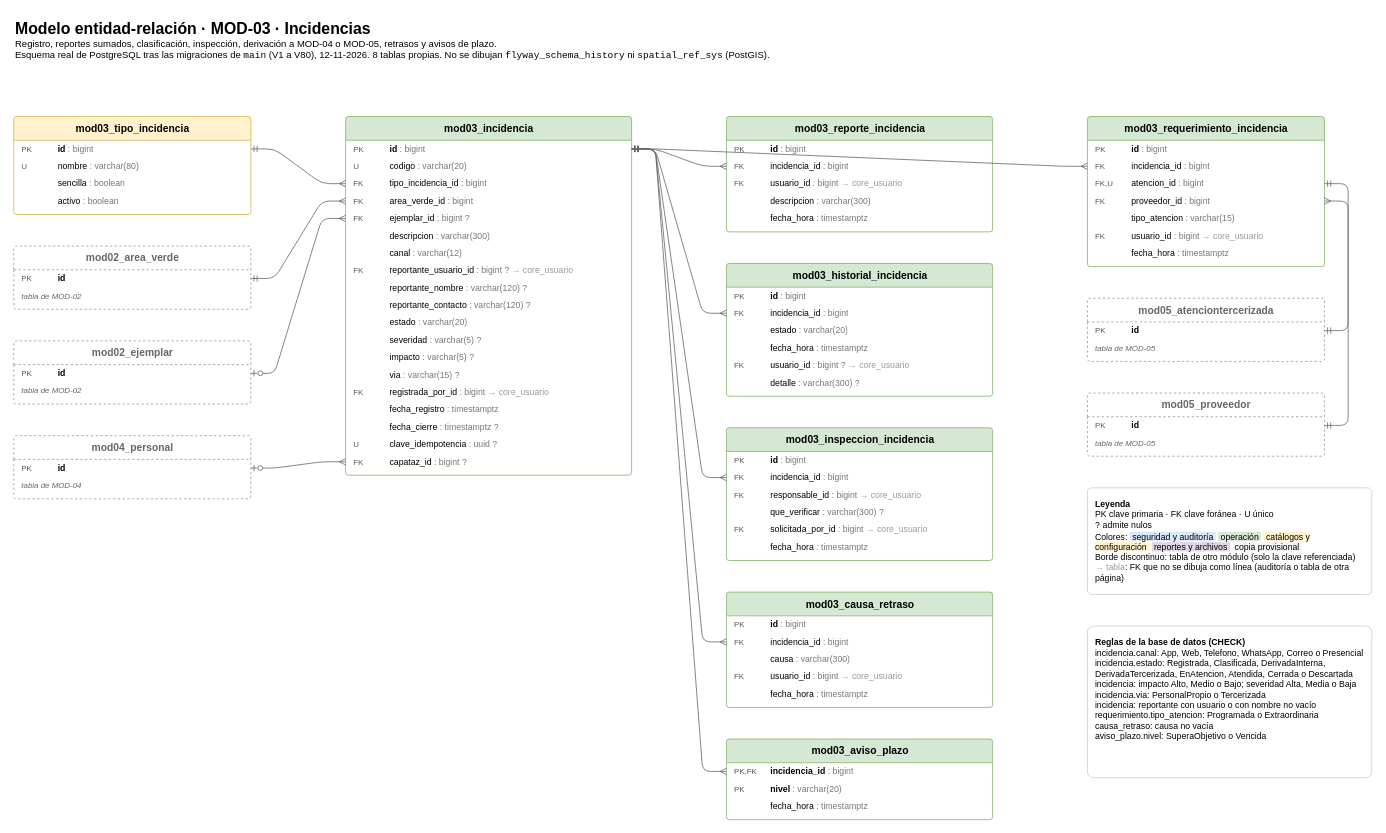
This is page "MOD-03 · Incidencias" (4 of 7) of docs/base-datos/modelo-er.drawio from unite-z/konoha-backend, a draw.io file, before an edit. Source tidied: cells renumbered, new cells numbered last; positions are measured from the earlier drawing's top-left corner, leaving out a move shared by most shapes. Both pictures are drawn from the tidied source at 79%, with x=0, y=0 at pixel (13, 13).
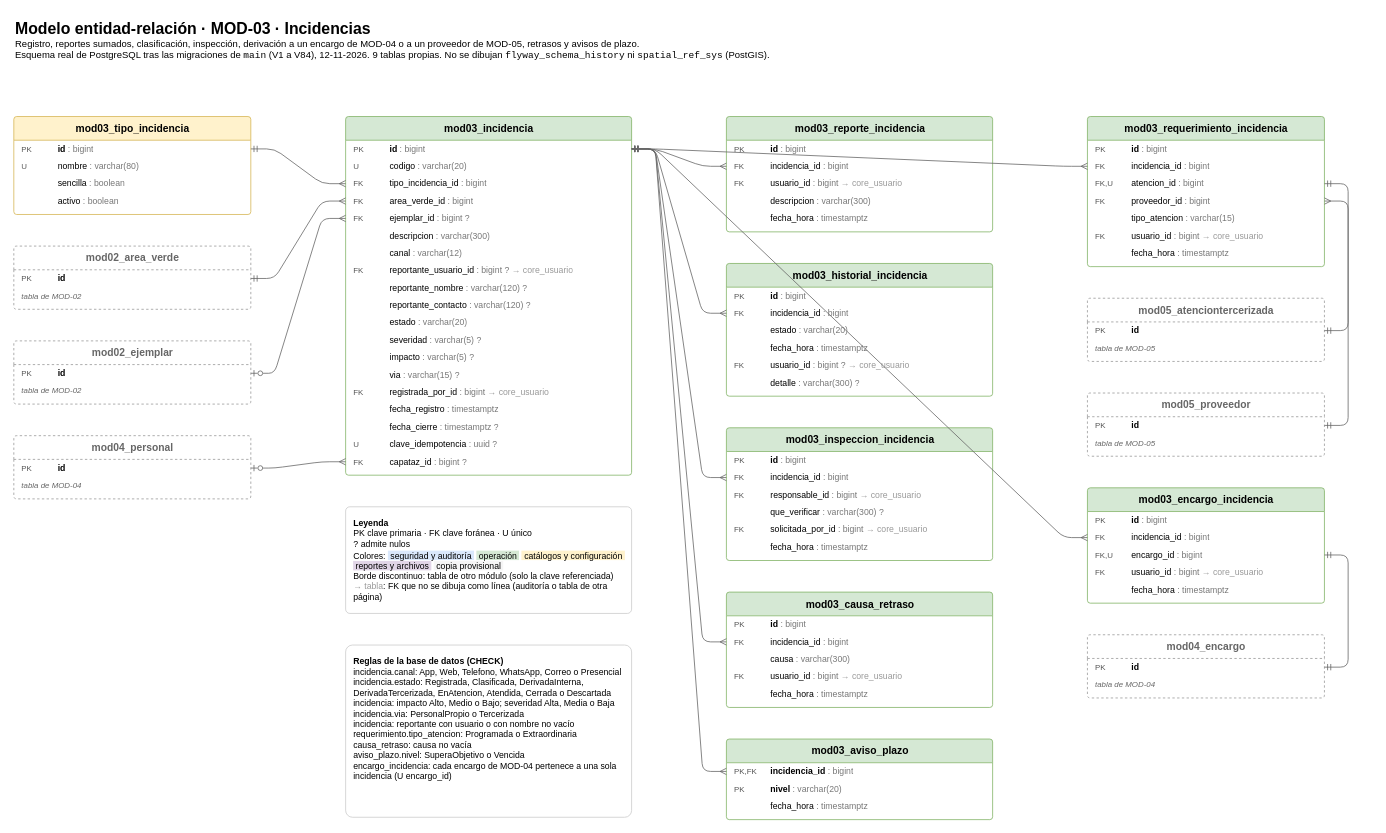
Above is the later version.

Commit message (it also covers changes not shown here):
docs(AV-385): el modelo ER incluye las migraciones V81 a V84 (#180)

The change refers to these unchanged cells:
```xml
<mxCell id="18" value="&lt;span style=&quot;display:inline-block;width:46px;color:#555;font-size:10px;&quot;&gt;PK&lt;/span&gt;&lt;span style=&quot;font-weight:bold;&quot;&gt;id&lt;/span&gt;&lt;span style=&quot;color:#777;&quot;&gt; : bigint&lt;/span&gt;" style="text;html=1;align=left;verticalAlign=middle;spacingLeft=8;spacingRight=4;overflow=hidden;points=[[0,0.5],[1,0.5]];portConstraint=eastwest;fontSize=11;fontFamily=Helvetica;" parent="17" vertex="1">
  <mxGeometry y="30" width="362" height="22" as="geometry" />
</mxCell>
```

What changed in the source:
```diff
@@
-    <mxCell id="2" value="&lt;b style=&quot;font-size:20px;&quot;&gt;Modelo entidad-relación · MOD-03 · Incidencias&lt;/b&gt;&lt;br&gt;Registro, reportes sumados, clasificación, inspección, derivación a MOD-04 o MOD-05, retrasos y avisos de plazo.&lt;br&gt;Esquema real de PostgreSQL tras las migraciones de &lt;code&gt;main&lt;/code&gt; (V1 a V80), 12-11-2026. 8 tablas propias. No se dibujan &lt;code&gt;flyway_schema_history&lt;/code&gt; ni &lt;code&gt;spatial_ref_sys&lt;/code&gt; (PostGIS)." style="text;html=1;align=left;verticalAlign=top;whiteSpace=wrap;fontFamily=Helvetica;fontSize=12;" parent="1" vertex="1">
+    <mxCell id="2" value="&lt;b style=&quot;font-size:20px;&quot;&gt;Modelo entidad-relación · MOD-03 · Incidencias&lt;/b&gt;&lt;br&gt;Registro, reportes sumados, clasificación, inspección, derivación a un encargo de MOD-04 o a un proveedor de MOD-05, retrasos y avisos de plazo.&lt;br&gt;Esquema real de PostgreSQL tras las migraciones de &lt;code&gt;main&lt;/code&gt; (V1 a V84), 12-11-2026. 9 tablas propias. No se dibujan &lt;code&gt;flyway_schema_history&lt;/code&gt; ni &lt;code&gt;spatial_ref_sys&lt;/code&gt; (PostGIS)." style="text;html=1;align=left;verticalAlign=top;whiteSpace=wrap;fontFamily=Helvetica;fontSize=12;" parent="1" vertex="1">
       <mxGeometry width="1140" height="90" as="geometry" />
     </mxCell>
@@
+    <mxCell id="95" value="mod03_encargo_incidencia" style="swimlane;fontStyle=1;horizontal=1;startSize=30;html=1;rounded=1;arcSize=4;fillColor=#d5e8d4;strokeColor=#82b366;fontFamily=Helvetica;fontSize=13;swimlaneFillColor=#ffffff;" parent="1" vertex="1">
+      <mxGeometry x="1359" y="600" width="300" height="146" as="geometry" />
+    </mxCell>
+    <mxCell id="96" value="&lt;span style=&quot;display:inline-block;width:46px;color:#555;font-size:10px;&quot;&gt;PK&lt;/span&gt;&lt;span style=&quot;font-weight:bold;&quot;&gt;id&lt;/span&gt;&lt;span style=&quot;color:#777;&quot;&gt; : bigint&lt;/span&gt;" style="text;html=1;align=left;verticalAlign=middle;spacingLeft=8;spacingRight=4;overflow=hidden;fontSize=11;fontFamily=Helvetica;" parent="95" vertex="1">
+      <mxGeometry y="30" width="300" height="22" as="geometry" />
+    </mxCell>
+    <mxCell id="97" value="&lt;span style=&quot;display:inline-block;width:46px;color:#555;font-size:10px;&quot;&gt;FK&lt;/span&gt;&lt;span style=&quot;&quot;&gt;incidencia_id&lt;/span&gt;&lt;span style=&quot;color:#777;&quot;&gt; : bigint&lt;/span&gt;" style="text;html=1;align=left;verticalAlign=middle;spacingLeft=8;spacingRight=4;overflow=hidden;points=[[0,0.5],[1,0.5]];portConstraint=eastwest;fontSize=11;fontFamily=Helvetica;" parent="95" vertex="1">
+      <mxGeometry y="52" width="300" height="22" as="geometry" />
+    </mxCell>
+    <mxCell id="98" value="&lt;span style=&quot;display:inline-block;width:46px;color:#555;font-size:10px;&quot;&gt;FK,U&lt;/span&gt;&lt;span style=&quot;&quot;&gt;encargo_id&lt;/span&gt;&lt;span style=&quot;color:#777;&quot;&gt; : bigint&lt;/span&gt;" style="text;html=1;align=left;verticalAlign=middle;spacingLeft=8;spacingRight=4;overflow=hidden;points=[[0,0.5],[1,0.5]];portConstraint=eastwest;fontSize=11;fontFamily=Helvetica;" parent="95" vertex="1">
+      <mxGeometry y="74" width="300" height="22" as="geometry" />
+    </mxCell>
+    <mxCell id="99" value="&lt;span style=&quot;display:inline-block;width:46px;color:#555;font-size:10px;&quot;&gt;FK&lt;/span&gt;&lt;span style=&quot;&quot;&gt;usuario_id&lt;/span&gt;&lt;span style=&quot;color:#777;&quot;&gt; : bigint&lt;/span&gt;&lt;span style=&quot;color:#999;&quot;&gt; → core_usuario&lt;/span&gt;" style="text;html=1;align=left;verticalAlign=middle;spacingLeft=8;spacingRight=4;overflow=hidden;fontSize=11;fontFamily=Helvetica;" parent="95" vertex="1">
+      <mxGeometry y="96" width="300" height="22" as="geometry" />
+    </mxCell>
+    <mxCell id="100" value="&lt;span style=&quot;display:inline-block;width:46px;color:#555;font-size:10px;&quot;&gt;&lt;/span&gt;&lt;span style=&quot;&quot;&gt;fecha_hora&lt;/span&gt;&lt;span style=&quot;color:#777;&quot;&gt; : timestamptz&lt;/span&gt;" style="text;html=1;align=left;verticalAlign=middle;spacingLeft=8;spacingRight=4;overflow=hidden;fontSize=11;fontFamily=Helvetica;" parent="95" vertex="1">
+      <mxGeometry y="118" width="300" height="22" as="geometry" />
+    </mxCell>
+    <mxCell id="101" value="mod04_encargo" style="swimlane;fontStyle=1;horizontal=1;startSize=30;html=1;rounded=1;arcSize=4;fillColor=#ffffff;strokeColor=#999999;dashed=1;fontColor=#666666;fontFamily=Helvetica;fontSize=13;swimlaneFillColor=#ffffff;" parent="1" vertex="1">
+      <mxGeometry x="1359" y="786" width="300" height="80" as="geometry" />
+    </mxCell>
+    <mxCell id="102" value="&lt;span style=&quot;display:inline-block;width:46px;color:#555;font-size:10px;&quot;&gt;PK&lt;/span&gt;&lt;span style=&quot;font-weight:bold;&quot;&gt;id&lt;/span&gt;" style="text;html=1;align=left;verticalAlign=middle;spacingLeft=8;spacingRight=4;overflow=hidden;points=[[0,0.5],[1,0.5]];portConstraint=eastwest;fontSize=11;fontFamily=Helvetica;" parent="101" vertex="1">
+      <mxGeometry y="30" width="300" height="22" as="geometry" />
+    </mxCell>
+    <mxCell id="103" value="tabla de MOD-04" style="text;html=1;align=left;verticalAlign=middle;spacingLeft=8;fontSize=10;fontStyle=2;fontColor=#666666;" parent="101" vertex="1">
+      <mxGeometry y="52" width="300" height="22" as="geometry" />
+    </mxCell>
     <mxCell id="81" value="&lt;b&gt;Leyenda&lt;/b&gt;&lt;br&gt;PK clave primaria · FK clave foránea · U único&lt;br&gt;&lt;code&gt;?&lt;/code&gt; admite nulos&lt;br&gt;Colores: &lt;span style=&quot;background:#dae8fc&quot;&gt;&amp;nbsp;seguridad y auditoría&amp;nbsp;&lt;/span&gt; &lt;span style=&quot;background:#d5e8d4&quot;&gt;&amp;nbsp;operación&amp;nbsp;&lt;/span&gt; &lt;span style=&quot;background:#fff2cc&quot;&gt;&amp;nbsp;catálogos y configuración&amp;nbsp;&lt;/span&gt; &lt;span style=&quot;background:#e1d5e7&quot;&gt;&amp;nbsp;reportes y archivos&amp;nbsp;&lt;/span&gt; &lt;span style=&quot;background:#f5f5f5&quot;&gt;&amp;nbsp;copia provisional&amp;nbsp;&lt;/span&gt;&lt;br&gt;Borde discontinuo: tabla de otro módulo (solo la clave referenciada)&lt;br&gt;&lt;span style=&quot;color:#999;&quot;&gt;→ tabla&lt;/span&gt;: FK que no se dibuja como línea (auditoría o tabla de otra página)" style="rounded=1;arcSize=4;html=1;align=left;verticalAlign=top;whiteSpace=wrap;spacing=10;fontSize=11;fillColor=#ffffff;strokeColor=#cccccc;" parent="1" vertex="1">
-      <mxGeometry x="1359" y="600" width="360" height="135" as="geometry" />
+      <mxGeometry x="420" y="624" width="362" height="135" as="geometry" />
     </mxCell>
-    <mxCell id="82" value="&lt;b&gt;Reglas de la base de datos (CHECK)&lt;/b&gt;&lt;br&gt;incidencia.canal: App, Web, Telefono, WhatsApp, Correo o Presencial&lt;br&gt;incidencia.estado: Registrada, Clasificada, DerivadaInterna, DerivadaTercerizada, EnAtencion, Atendida, Cerrada o Descartada&lt;br&gt;incidencia: impacto Alto, Medio o Bajo; severidad Alta, Media o Baja&lt;br&gt;incidencia.via: PersonalPropio o Tercerizada&lt;br&gt;incidencia: reportante con usuario o con nombre no vacío&lt;br&gt;requerimiento.tipo_atencion: Programada o Extraordinaria&lt;br&gt;causa_retraso: causa no vacía&lt;br&gt;aviso_plazo.nivel: SuperaObjetivo o Vencida" style="rounded=1;arcSize=4;html=1;align=left;verticalAlign=top;whiteSpace=wrap;spacing=10;fontSize=11;fillColor=#ffffff;strokeColor=#cccccc;" parent="1" vertex="1">
-      <mxGeometry x="1359" y="775" width="360" height="192" as="geometry" />
+    <mxCell id="82" value="&lt;b&gt;Reglas de la base de datos (CHECK)&lt;/b&gt;&lt;br&gt;incidencia.canal: App, Web, Telefono, WhatsApp, Correo o Presencial&lt;br&gt;incidencia.estado: Registrada, Clasificada, DerivadaInterna, DerivadaTercerizada, EnAtencion, Atendida, Cerrada o Descartada&lt;br&gt;incidencia: impacto Alto, Medio o Bajo; severidad Alta, Media o Baja&lt;br&gt;incidencia.via: PersonalPropio o Tercerizada&lt;br&gt;incidencia: reportante con usuario o con nombre no vacío&lt;br&gt;requerimiento.tipo_atencion: Programada o Extraordinaria&lt;br&gt;causa_retraso: causa no vacía&lt;br&gt;aviso_plazo.nivel: SuperaObjetivo o Vencida&lt;br&gt;encargo_incidencia: cada encargo de MOD-04 pertenece a una sola incidencia (U encargo_id)" style="rounded=1;arcSize=4;html=1;align=left;verticalAlign=top;whiteSpace=wrap;spacing=10;fontSize=11;fillColor=#ffffff;strokeColor=#cccccc;" parent="1" vertex="1">
+      <mxGeometry x="420" y="799" width="362" height="218" as="geometry" />
     </mxCell>
@@
+    <mxCell id="104" style="edgeStyle=entityRelationEdgeStyle;html=1;rounded=1;endArrow=ERmandOne;startArrow=ERmany;endFill=0;startFill=0;strokeColor=#666666;strokeWidth=1;" parent="1" edge="1" source="97" target="18">
+      <mxGeometry relative="1" as="geometry" />
+    </mxCell>
+    <mxCell id="105" style="edgeStyle=entityRelationEdgeStyle;html=1;rounded=1;endArrow=ERmandOne;startArrow=ERmandOne;endFill=0;startFill=0;strokeColor=#666666;strokeWidth=1;" parent="1" edge="1" source="98" target="102">
+      <mxGeometry relative="1" as="geometry" />
+    </mxCell>
```
